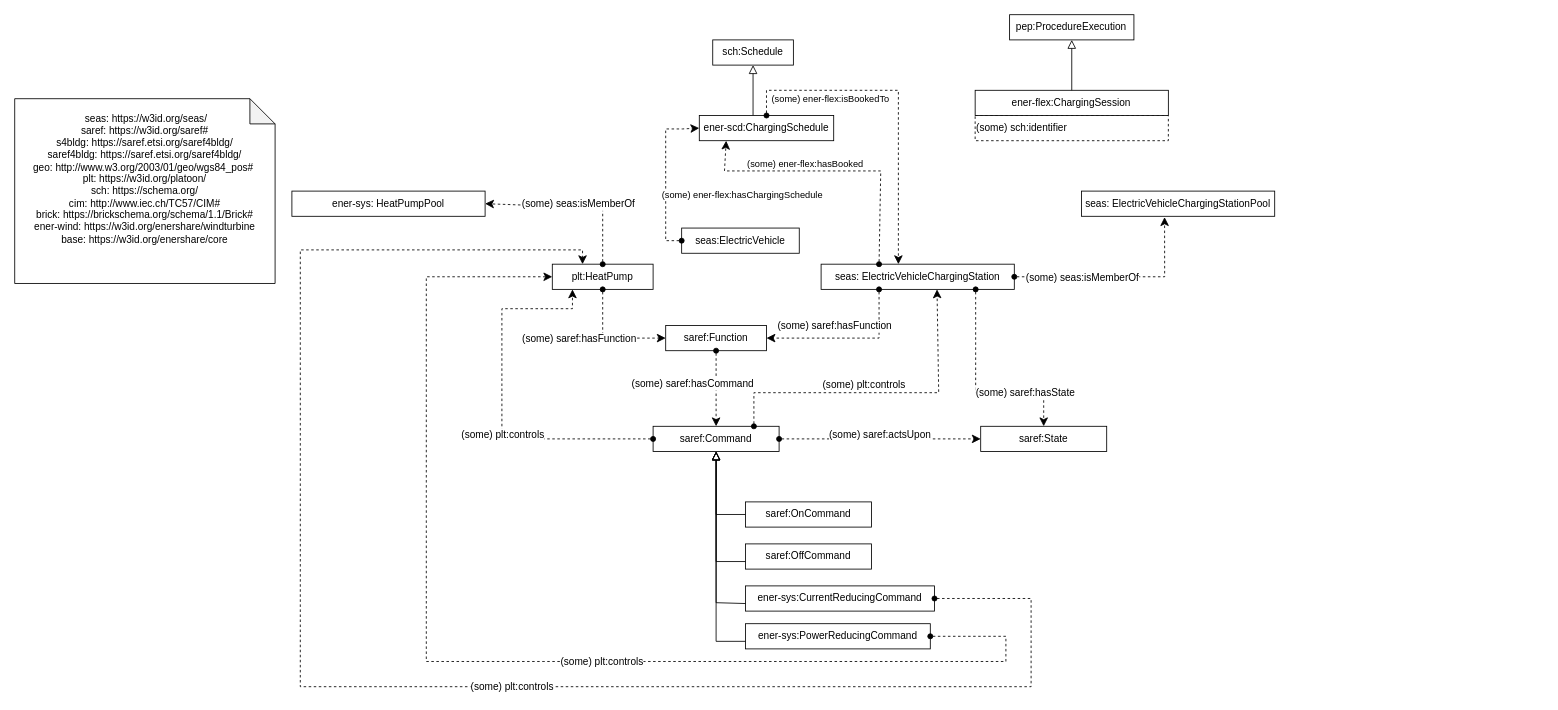
The draw.io diagram page "Page-5" (5 of 5) of SDMPilotsDiagrams/Harmonized-SDM-pilot6-V1.7.drawio in EnershareProject/EnershareOntologies, before the edit. Source tidied: cells renumbered, new cells numbered last; positions are measured from the earlier drawing's top-left corner, leaving out a move shared by most shapes. Both pictures are drawn from the tidied source at 84%, with x=0, y=0 at pixel (14, 14).
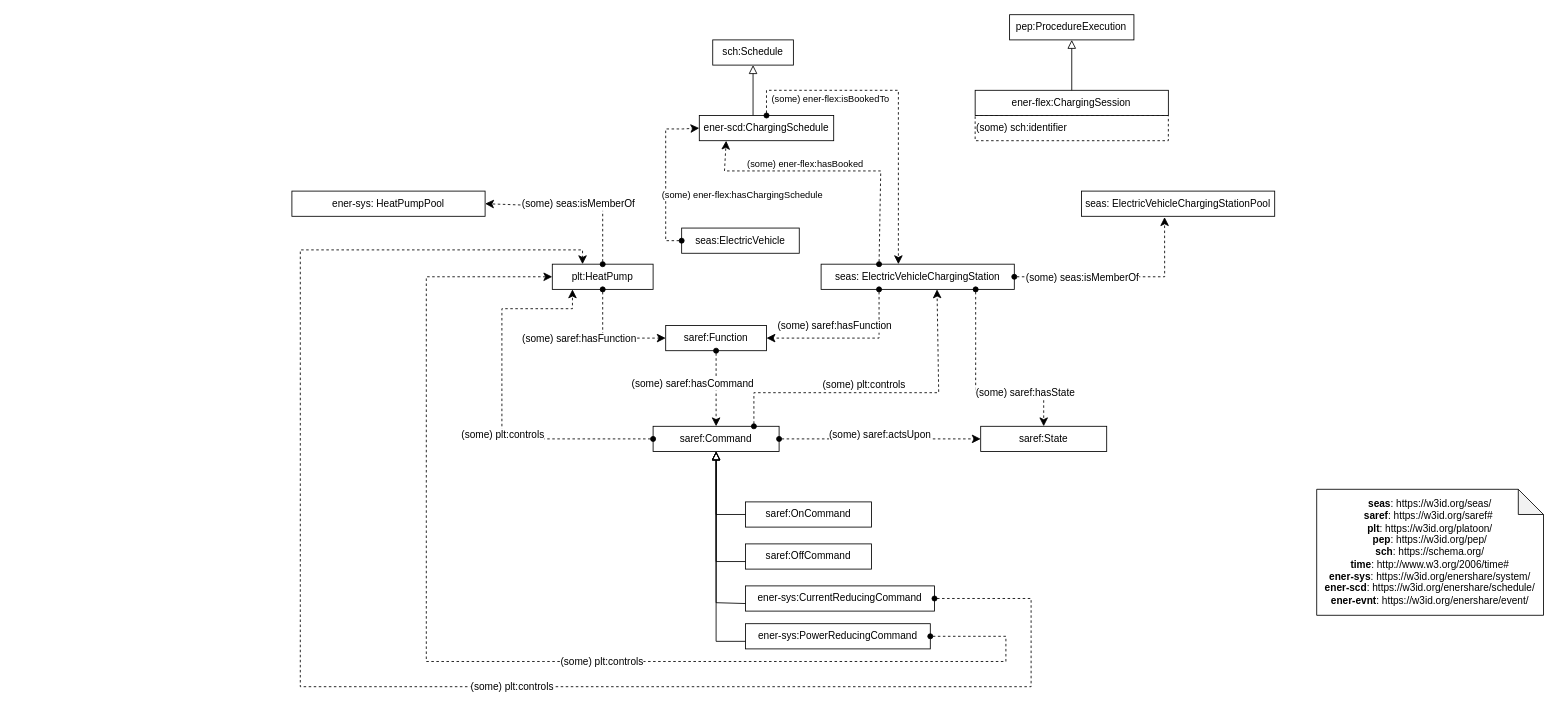
After the change.

The edit, as a diff of the source:
```diff
@@
-    <mxCell id="49" value="&lt;div&gt;&lt;/div&gt;&lt;div style=&quot;&quot;&gt;&lt;div style=&quot;border-color: var(--border-color);&quot;&gt;&amp;nbsp;seas: https://w3id.org/seas/&lt;br style=&quot;border-color: var(--border-color);&quot;&gt;&lt;/div&gt;&lt;div style=&quot;border-color: var(--border-color);&quot;&gt;&lt;span style=&quot;border-color: var(--border-color); background-color: initial;&quot;&gt;saref: https://w3id.org/saref#&lt;/span&gt;&lt;/div&gt;&lt;div style=&quot;border-color: var(--border-color);&quot;&gt;&lt;span style=&quot;border-color: var(--border-color); background-color: initial;&quot;&gt;s4bldg: https://saref.etsi.org/saref4bldg/&lt;/span&gt;&lt;/div&gt;&lt;div style=&quot;border-color: var(--border-color);&quot;&gt;&lt;span style=&quot;border-color: var(--border-color); background-color: initial;&quot;&gt;saref4bldg: https://saref.etsi.org/saref4bldg/&lt;/span&gt;&lt;/div&gt;&lt;div style=&quot;border-color: var(--border-color);&quot;&gt;&lt;span style=&quot;border-color: var(--border-color); background-color: initial;&quot;&gt;geo: http://www.w3.org/2003/01/geo/wgs84_pos#&amp;nbsp;&lt;br style=&quot;border-color: var(--border-color);&quot;&gt;&lt;/span&gt;&lt;/div&gt;&lt;div style=&quot;border-color: var(--border-color);&quot;&gt;&lt;span style=&quot;background-color: initial;&quot;&gt;plt: https://w3id.org/platoon/&lt;/span&gt;&lt;br&gt;&lt;/div&gt;&lt;div style=&quot;border-color: var(--border-color);&quot;&gt;&lt;div style=&quot;border-color: var(--border-color);&quot;&gt;&lt;div style=&quot;border-color: var(--border-color);&quot;&gt;sch: https://schema.org/&lt;/div&gt;&lt;div&gt;cim: http://www.iec.ch/TC57/CIM#&lt;br&gt;&lt;/div&gt;&lt;/div&gt;&lt;/div&gt;&lt;div style=&quot;border-color: var(--border-color);&quot;&gt;&lt;span style=&quot;background-color: initial;&quot;&gt;brick: https://brickschema.org/schema/1.1/Brick#&lt;br&gt;&lt;/span&gt;&lt;/div&gt;&lt;div style=&quot;border-color: var(--border-color);&quot;&gt;&lt;span style=&quot;background-color: initial;&quot;&gt;ener-wind:&amp;nbsp;https://w3id.org/enershare/windturbine&lt;/span&gt;&lt;br&gt;&lt;/div&gt;&lt;/div&gt;&lt;div style=&quot;&quot;&gt;&lt;div style=&quot;border-color: var(--border-color);&quot;&gt;&lt;div style=&quot;border-color: var(--border-color);&quot;&gt;&lt;span style=&quot;background-color: initial;&quot;&gt;base:&amp;nbsp;https://w3id.org/enershare/core&lt;/span&gt;&lt;br&gt;&lt;/div&gt;&lt;div style=&quot;border-color: var(--border-color);&quot;&gt;&lt;div style=&quot;border-color: var(--border-color);&quot;&gt;&lt;/div&gt;&lt;/div&gt;&lt;div&gt;&lt;br&gt;&lt;br&gt;&lt;/div&gt;&lt;/div&gt;&lt;div style=&quot;border-color: var(--border-color);&quot;&gt;&lt;/div&gt;&lt;/div&gt;" style="shape=note;whiteSpace=wrap;html=1;backgroundOutline=1;darkOpacity=0.05;" parent="1" vertex="1">
-      <mxGeometry y="100" width="310" height="220" as="geometry" />
-    </mxCell>
@@
+    <mxCell id="54" value="&lt;div&gt;&lt;/div&gt;&lt;div style=&quot;&quot;&gt;&lt;div style=&quot;border-color: var(--border-color);&quot;&gt;&lt;b style=&quot;background-color: initial;&quot;&gt;seas&lt;/b&gt;&lt;span style=&quot;background-color: initial;&quot;&gt;: https://w3id.org/seas/&lt;/span&gt;&lt;br&gt;&lt;/div&gt;&lt;div style=&quot;border-color: var(--border-color);&quot;&gt;&lt;span style=&quot;border-color: var(--border-color); background-color: initial;&quot;&gt;&lt;b&gt;saref&lt;/b&gt;: https://w3id.org/saref&lt;/span&gt;&lt;span style=&quot;background-color: initial;&quot;&gt;#&amp;nbsp;&lt;/span&gt;&lt;/div&gt;&lt;div style=&quot;border-color: var(--border-color);&quot;&gt;&lt;span style=&quot;background-color: initial;&quot;&gt;&lt;b&gt;plt&lt;/b&gt;: https://w3id.org/platoon/&lt;/span&gt;&lt;br&gt;&lt;/div&gt;&lt;div style=&quot;border-color: var(--border-color);&quot;&gt;&lt;b&gt;pep&lt;/b&gt;: https://w3id.org/pep/&lt;span style=&quot;background-color: initial;&quot;&gt;&lt;br&gt;&lt;/span&gt;&lt;/div&gt;&lt;div style=&quot;border-color: var(--border-color);&quot;&gt;&lt;div style=&quot;border-color: var(--border-color);&quot;&gt;&lt;div style=&quot;border-color: var(--border-color);&quot;&gt;&lt;b&gt;sch&lt;/b&gt;: https://schema.org/&lt;/div&gt;&lt;div style=&quot;border-color: var(--border-color);&quot;&gt;&lt;b&gt;time&lt;/b&gt;:&amp;nbsp;&lt;span style=&quot;background-color: rgb(255, 255, 255); orphans: 3; text-align: start; widows: 3;&quot;&gt;&lt;font style=&quot;font-size: 12px;&quot; face=&quot;Helvetica&quot;&gt;http://www.w3.org/2006/time#&lt;/font&gt;&lt;/span&gt;&lt;br&gt;&lt;/div&gt;&lt;/div&gt;&lt;/div&gt;&lt;div style=&quot;border-color: var(--border-color);&quot;&gt;&lt;span style=&quot;background-color: initial;&quot;&gt;&lt;b&gt;ener-sys&lt;/b&gt;:&amp;nbsp;https://w3id.org/enershare/system/&lt;/span&gt;&lt;br&gt;&lt;/div&gt;&lt;div style=&quot;border-color: var(--border-color);&quot;&gt;&lt;span style=&quot;background-color: initial;&quot;&gt;&lt;b&gt;ener-scd&lt;/b&gt;:&amp;nbsp;https://w3id.org/enershare/schedule/&lt;/span&gt;&lt;br&gt;&lt;/div&gt;&lt;div style=&quot;border-color: var(--border-color);&quot;&gt;&lt;b&gt;ener-evnt&lt;/b&gt;:&amp;nbsp;https://w3id.org/enershare/event/&lt;/div&gt;&lt;/div&gt;&lt;div style=&quot;&quot;&gt;&lt;div style=&quot;border-color: var(--border-color);&quot;&gt;&lt;/div&gt;&lt;/div&gt;" style="shape=note;whiteSpace=wrap;html=1;backgroundOutline=1;darkOpacity=0.05;" parent="1" vertex="1">
+      <mxGeometry x="1550" y="565" width="270" height="150" as="geometry" />
+    </mxCell>
```
